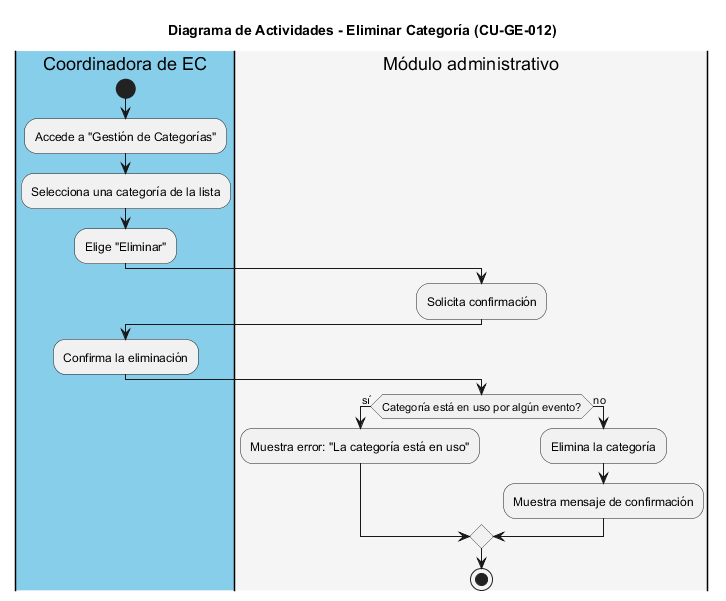
Earlier version of the PlantUML export img/CU-GE-012_Eliminar_Categoria.png (iKinoo/baby-salesforce-admin-module).
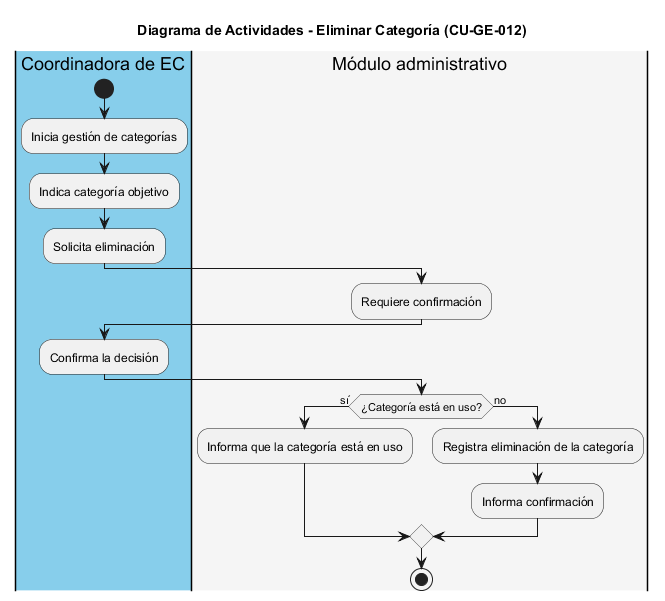
Above is the later version.

What changed in the source:
```diff
@@ -1,24 +1,24 @@
-@startuml
+@startuml CU-GE-012_Eliminar_Categoria
 title Diagrama de Actividades - Eliminar Categoría (CU-GE-012)
 
 |#skyblue|Coordinadora de EC|
 start
-:Accede a "Gestión de Categorías";
-:Selecciona una categoría de la lista;
-:Elige "Eliminar";
+:Inicia gestión de categorías;
+:Indica categoría objetivo;
+:Solicita eliminación;
 
 |#whitesmoke|Módulo administrativo|
-:Solicita confirmación;
+:Requiere confirmación;
 
 |#skyblue|Coordinadora de EC|
-:Confirma la eliminación;
+:Confirma la decisión;
 
 |#whitesmoke|Módulo administrativo|
-if (Categoría está en uso por algún evento?) then (sí)
-  :Muestra error: "La categoría está en uso";
+if (¿Categoría está en uso?) then (sí)
+  :Informa que la categoría está en uso;
 else (no)
-  :Elimina la categoría;
-  :Muestra mensaje de confirmación;
+  :Registra eliminación de la categoría;
+  :Informa confirmación;
 endif
 stop
 @enduml
```
